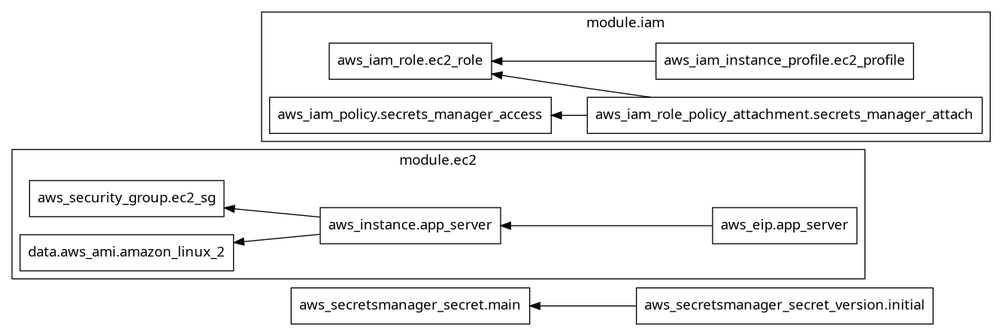
Earlier version of the Graphviz export graphs/graph.png (s-sasaki-earthsea-wizard/vecr-garage-infra-tf). Its source is kept beside it as graphs/graph.dot. The source it was exported from:
```dot
digraph G {
  rankdir = "RL";
  node [shape = rect, fontname = "sans-serif"];
  "aws_secretsmanager_secret.main" [label="aws_secretsmanager_secret.main"];
  "aws_secretsmanager_secret_version.initial" [label="aws_secretsmanager_secret_version.initial"];
  subgraph "cluster_module.ec2" {
    label = "module.ec2"
    fontname = "sans-serif"
    "module.ec2.data.aws_ami.amazon_linux_2" [label="data.aws_ami.amazon_linux_2"];
    "module.ec2.aws_eip.app_server" [label="aws_eip.app_server"];
    "module.ec2.aws_instance.app_server" [label="aws_instance.app_server"];
    "module.ec2.aws_security_group.ec2_sg" [label="aws_security_group.ec2_sg"];
  }
  subgraph "cluster_module.iam" {
    label = "module.iam"
    fontname = "sans-serif"
    "module.iam.aws_iam_instance_profile.ec2_profile" [label="aws_iam_instance_profile.ec2_profile"];
    "module.iam.aws_iam_policy.secrets_manager_access" [label="aws_iam_policy.secrets_manager_access"];
    "module.iam.aws_iam_role.ec2_role" [label="aws_iam_role.ec2_role"];
    "module.iam.aws_iam_role_policy_attachment.secrets_manager_attach" [label="aws_iam_role_policy_attachment.secrets_manager_attach"];
  }
  "aws_secretsmanager_secret_version.initial" -> "aws_secretsmanager_secret.main";
  "module.ec2.aws_eip.app_server" -> "module.ec2.aws_instance.app_server";
  "module.ec2.aws_instance.app_server" -> "module.ec2.data.aws_ami.amazon_linux_2";
  "module.ec2.aws_instance.app_server" -> "module.ec2.aws_security_group.ec2_sg";
  "module.iam.aws_iam_instance_profile.ec2_profile" -> "module.iam.aws_iam_role.ec2_role";
  "module.iam.aws_iam_role_policy_attachment.secrets_manager_attach" -> "module.iam.aws_iam_policy.secrets_manager_access";
  "module.iam.aws_iam_role_policy_attachment.secrets_manager_attach" -> "module.iam.aws_iam_role.ec2_role";
}
```
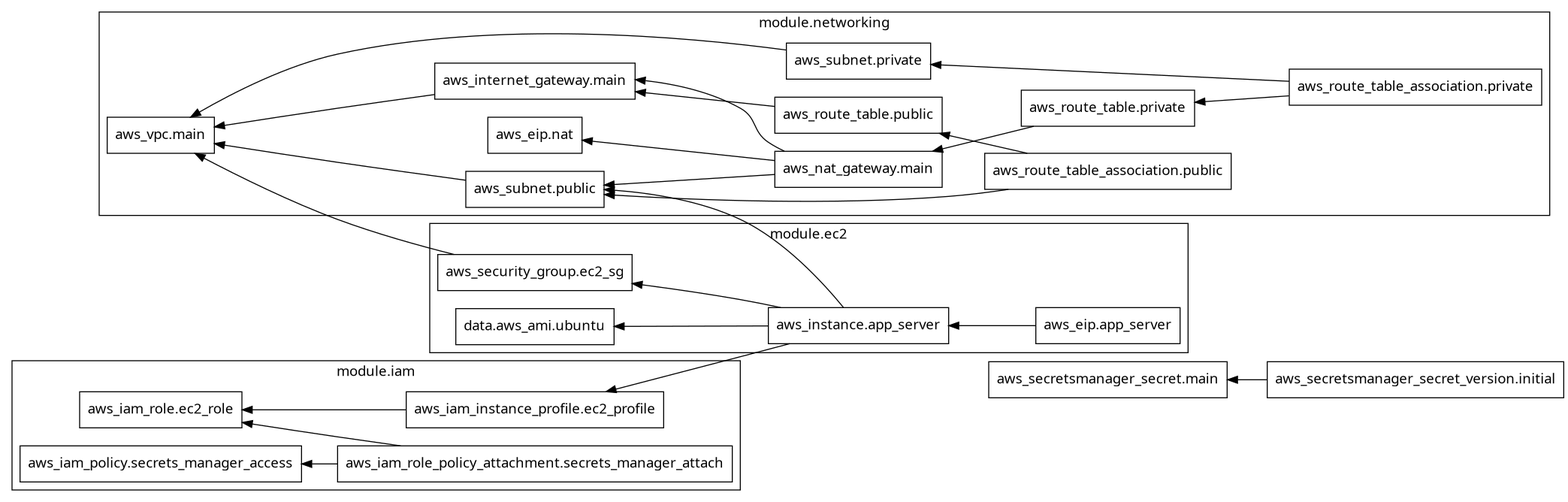
After the commit.

Commit message:
✨feat(ec2): Add Docker installation and networking module integration

- Implement Docker and Docker Compose installation in user data script
- Add Docker group membership for ubuntu and custom users
- Add build-essential package for development environment

Change to the diagram source:
```diff
@@ -6,7 +6,7 @@
   subgraph "cluster_module.ec2" {
     label = "module.ec2"
     fontname = "sans-serif"
-    "module.ec2.data.aws_ami.amazon_linux_2" [label="data.aws_ami.amazon_linux_2"];
+    "module.ec2.data.aws_ami.ubuntu" [label="data.aws_ami.ubuntu"];
     "module.ec2.aws_eip.app_server" [label="aws_eip.app_server"];
     "module.ec2.aws_instance.app_server" [label="aws_instance.app_server"];
     "module.ec2.aws_security_group.ec2_sg" [label="aws_security_group.ec2_sg"];
@@ -19,11 +19,40 @@
     "module.iam.aws_iam_role.ec2_role" [label="aws_iam_role.ec2_role"];
     "module.iam.aws_iam_role_policy_attachment.secrets_manager_attach" [label="aws_iam_role_policy_attachment.secrets_manager_attach"];
   }
+  subgraph "cluster_module.networking" {
+    label = "module.networking"
+    fontname = "sans-serif"
+    "module.networking.aws_eip.nat" [label="aws_eip.nat"];
+    "module.networking.aws_internet_gateway.main" [label="aws_internet_gateway.main"];
+    "module.networking.aws_nat_gateway.main" [label="aws_nat_gateway.main"];
+    "module.networking.aws_route_table.private" [label="aws_route_table.private"];
+    "module.networking.aws_route_table.public" [label="aws_route_table.public"];
+    "module.networking.aws_route_table_association.private" [label="aws_route_table_association.private"];
+    "module.networking.aws_route_table_association.public" [label="aws_route_table_association.public"];
+    "module.networking.aws_subnet.private" [label="aws_subnet.private"];
+    "module.networking.aws_subnet.public" [label="aws_subnet.public"];
+    "module.networking.aws_vpc.main" [label="aws_vpc.main"];
+  }
   "aws_secretsmanager_secret_version.initial" -> "aws_secretsmanager_secret.main";
   "module.ec2.aws_eip.app_server" -> "module.ec2.aws_instance.app_server";
-  "module.ec2.aws_instance.app_server" -> "module.ec2.data.aws_ami.amazon_linux_2";
+  "module.ec2.aws_instance.app_server" -> "module.ec2.data.aws_ami.ubuntu";
   "module.ec2.aws_instance.app_server" -> "module.ec2.aws_security_group.ec2_sg";
+  "module.ec2.aws_instance.app_server" -> "module.iam.aws_iam_instance_profile.ec2_profile";
+  "module.ec2.aws_instance.app_server" -> "module.networking.aws_subnet.public";
+  "module.ec2.aws_security_group.ec2_sg" -> "module.networking.aws_vpc.main";
   "module.iam.aws_iam_instance_profile.ec2_profile" -> "module.iam.aws_iam_role.ec2_role";
   "module.iam.aws_iam_role_policy_attachment.secrets_manager_attach" -> "module.iam.aws_iam_policy.secrets_manager_access";
   "module.iam.aws_iam_role_policy_attachment.secrets_manager_attach" -> "module.iam.aws_iam_role.ec2_role";
+  "module.networking.aws_internet_gateway.main" -> "module.networking.aws_vpc.main";
+  "module.networking.aws_nat_gateway.main" -> "module.networking.aws_eip.nat";
+  "module.networking.aws_nat_gateway.main" -> "module.networking.aws_internet_gateway.main";
+  "module.networking.aws_nat_gateway.main" -> "module.networking.aws_subnet.public";
+  "module.networking.aws_route_table.private" -> "module.networking.aws_nat_gateway.main";
+  "module.networking.aws_route_table.public" -> "module.networking.aws_internet_gateway.main";
+  "module.networking.aws_route_table_association.private" -> "module.networking.aws_route_table.private";
+  "module.networking.aws_route_table_association.private" -> "module.networking.aws_subnet.private";
+  "module.networking.aws_route_table_association.public" -> "module.networking.aws_route_table.public";
+  "module.networking.aws_route_table_association.public" -> "module.networking.aws_subnet.public";
+  "module.networking.aws_subnet.private" -> "module.networking.aws_vpc.main";
+  "module.networking.aws_subnet.public" -> "module.networking.aws_vpc.main";
 }
```
